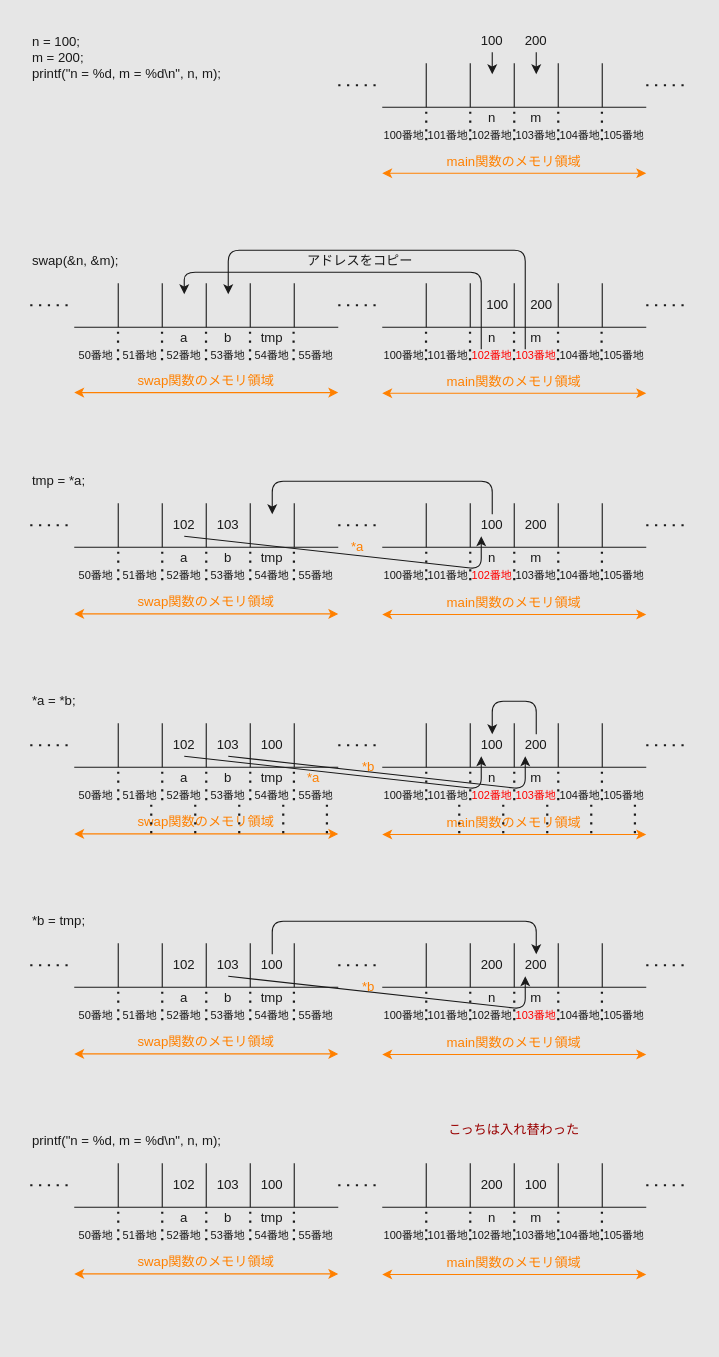
Above: page "swap ref" (5 of 5) of src/pointer/index.drawio in tuatmcc/ClangWorkShop (draw.io), before the change. Source tidied: cells renumbered, new cells numbered last; positions are measured from the earlier drawing's top-left corner, leaving out a move shared by most shapes. Both pictures are drawn from the tidied source at 110%, with x=0, y=0 at pixel (30, 30).
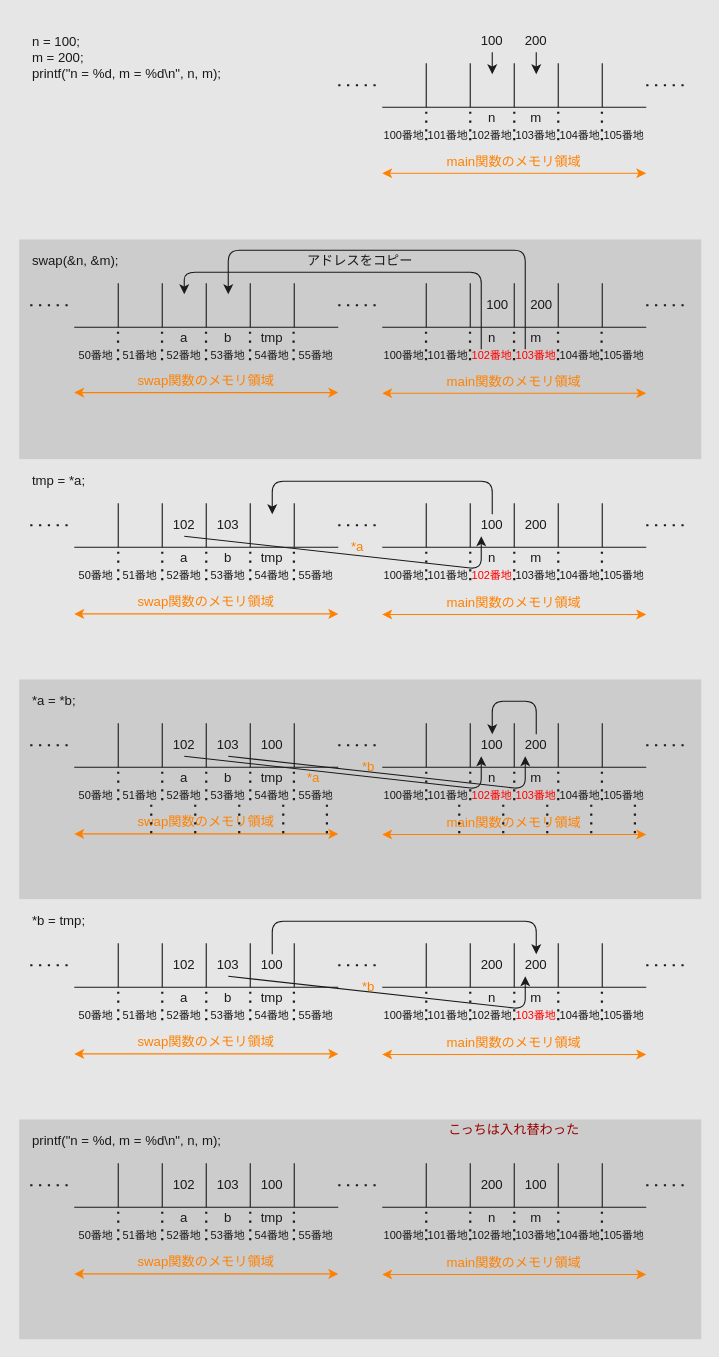
After the change.

The edit, as a diff of the source:
```diff
@@
+    <mxCell id="311" style="rounded=0;whiteSpace=wrap;html=1;strokeColor=none;fillColor=#CCCCCC;" parent="1" vertex="1">
+      <mxGeometry x="-10" y="190" width="620" height="200" as="geometry" />
+    </mxCell>
+    <mxCell id="312" style="rounded=0;whiteSpace=wrap;html=1;strokeColor=none;fillColor=#E6E6E6;" parent="1" vertex="1">
+      <mxGeometry x="-10" y="-10" width="620" height="200" as="geometry" />
+    </mxCell>
+    <mxCell id="313" style="rounded=0;whiteSpace=wrap;html=1;strokeColor=none;fillColor=#CCCCCC;" parent="1" vertex="1">
+      <mxGeometry x="-10" y="590" width="620" height="200" as="geometry" />
+    </mxCell>
+    <mxCell id="314" style="rounded=0;whiteSpace=wrap;html=1;strokeColor=none;fillColor=#E6E6E6;" parent="1" vertex="1">
+      <mxGeometry x="-10" y="390" width="620" height="200" as="geometry" />
+    </mxCell>
+    <mxCell id="315" style="rounded=0;whiteSpace=wrap;html=1;strokeColor=none;fillColor=#CCCCCC;" parent="1" vertex="1">
+      <mxGeometry x="-10" y="990" width="620" height="200" as="geometry" />
+    </mxCell>
+    <mxCell id="316" style="rounded=0;whiteSpace=wrap;html=1;strokeColor=none;fillColor=#E6E6E6;" parent="1" vertex="1">
+      <mxGeometry x="-10" y="790" width="620" height="200" as="geometry" />
+    </mxCell>
```
